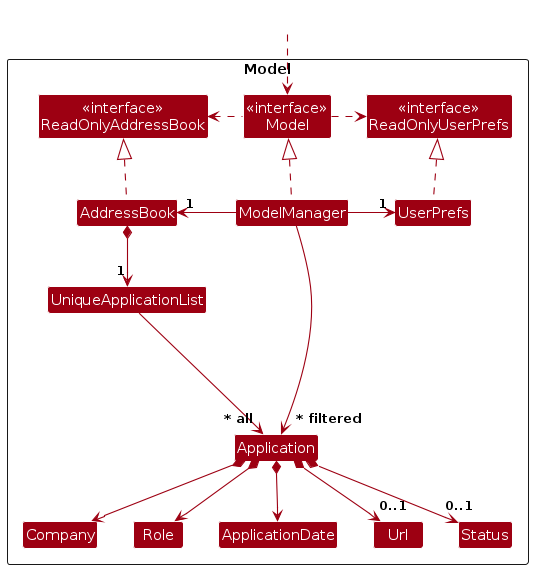
Earlier version of the PlantUML export diagrams/ModelClassDiagram.png (AY2526S2-CS2103T-W12-2/tp). Its source is kept beside it as diagrams/ModelClassDiagram.puml.
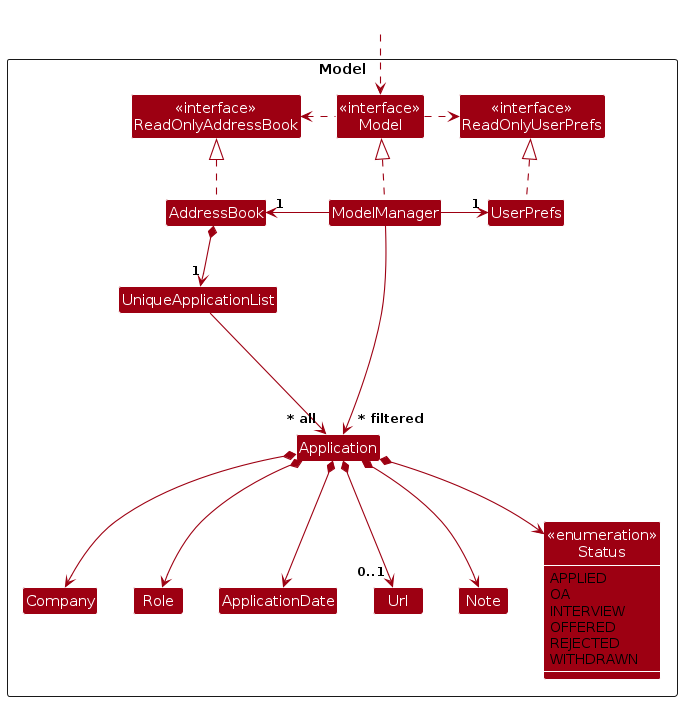
After the change.

What changed in the source:
```diff
@@ -18,7 +18,16 @@
 Class Url
 Class Company
 Class Role
-Class Status
+Class Note
+Class "<<enumeration>>\nStatus" as Status {
+  APPLIED
+  OA
+  INTERVIEW
+  OFFERED
+  REJECTED
+  WITHDRAWN
+}
+show Status members
 
 Class I #FFFFFF
 }
@@ -39,9 +48,10 @@
 UniqueApplicationList --> "~* all" Application
 Application *--> Company
 Application *--> Role
-Application *--> "       0..1"Url
+Application *--> " 0..1"Url
 Application *--> ApplicationDate
-Application *--> "   0..1" Status
+Application *--> Status
+Application *--> Note
 
 Application -[hidden]up--> I
 UniqueApplicationList -[hidden]right-> I
```
